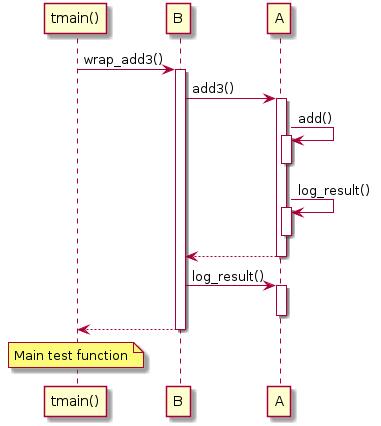
Before: docs/test_cases/t20001_sequence.png, a diagram exported from PlantUML (bkryza/clang-uml). Source of this version:
```plantuml
@startuml
"tmain()" -> "B" : wrap_add3()
activate "B"
"B" -> "A" : add3()
activate "A"
"A" -> "A" : add()
activate "A"
deactivate "A"
"A" -> "A" : log_result()
activate "A"
deactivate "A"
"A" --> "B"
deactivate "A"
"B" -> "A" : log_result()
activate "A"
deactivate "A"
"B" --> "tmain()"
deactivate "B"
note over "tmain()": Main test function
@enduml
```
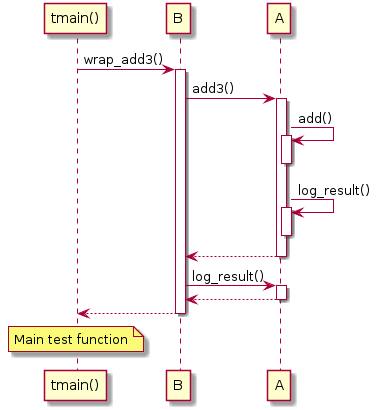
Later version of the same file.

The edit, as a diff of the source:
```diff
@@ -13,6 +13,7 @@
 deactivate "A"
 "B" -> "A" : log_result()
 activate "A"
+"A" --> "B"
 deactivate "A"
 "B" --> "tmain()"
 deactivate "B"
```
